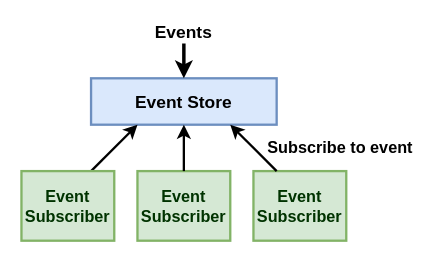
The draw.io diagram diagrams/draw_io/event_sourcing_small.drawio in wuyichen24/system-design-knowledge, before the edit. Source tidied: cells renumbered, new cells numbered last; positions are measured from the earlier drawing's top-left corner, leaving out a move shared by most shapes. Both pictures are drawn from the tidied source at 116%, with x=0, y=0 at pixel (21, 20).
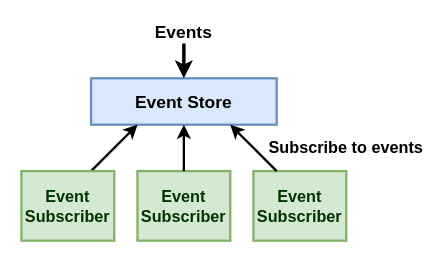
After the change.

Commit message (it also covers changes not shown here):
update event sourcing diagram

The edit, as a diff of the source:
```diff
@@
 <mxGraphModel>
   <root>
     <mxCell id="0" />
     <mxCell id="1" parent="0" />
     <mxCell id="2" value="&lt;font style=&quot;font-size: 15px&quot;&gt;&lt;b&gt;Event Store&lt;/b&gt;&lt;/font&gt;" style="rounded=0;whiteSpace=wrap;html=1;strokeWidth=2;fillColor=#dae8fc;strokeColor=#6c8ebf;" parent="1" vertex="1">
       <mxGeometry x="60" y="50" width="160" height="40" as="geometry" />
     </mxCell>
     <mxCell id="3" style="endArrow=classic;html=1;strokeWidth=3;entryX=0.5;entryY=0;entryDx=0;entryDy=0;" parent="1" edge="1" target="2">
       <mxGeometry relative="1" as="geometry">
         <mxPoint x="140" y="20" as="sourcePoint" />
       </mxGeometry>
     </mxCell>
     <mxCell id="4" value="&lt;font style=&quot;font-size: 15px&quot;&gt;&lt;b&gt;Events&lt;/b&gt;&lt;/font&gt;" style="text;html=1;strokeColor=none;fillColor=none;align=center;verticalAlign=middle;whiteSpace=wrap;rounded=0;" parent="1" vertex="1">
       <mxGeometry x="115" width="50" height="20" as="geometry" />
     </mxCell>
     <mxCell id="5" style="endArrow=classic;html=1;strokeWidth=2;exitX=0.75;exitY=0;exitDx=0;exitDy=0;entryX=0.25;entryY=1;entryDx=0;entryDy=0;" parent="1" edge="1" source="6" target="2">
       <mxGeometry relative="1" as="geometry" />
     </mxCell>
     <mxCell id="6" value="&lt;font style=&quot;font-size: 14px&quot;&gt;&lt;b&gt;&lt;font color=&quot;#003300&quot;&gt;Event&lt;br&gt;Subscriber&lt;/font&gt;&lt;br&gt;&lt;/b&gt;&lt;/font&gt;" style="rounded=0;whiteSpace=wrap;html=1;strokeWidth=2;fillColor=#d5e8d4;strokeColor=#82b366;" parent="1" vertex="1">
       <mxGeometry y="130" width="80" height="60" as="geometry" />
     </mxCell>
     <mxCell id="7" value="&lt;font style=&quot;font-size: 14px&quot;&gt;&lt;b&gt;&lt;font color=&quot;#003300&quot;&gt;Event&lt;br&gt;Subscriber&lt;/font&gt;&lt;br&gt;&lt;/b&gt;&lt;/font&gt;" style="rounded=0;whiteSpace=wrap;html=1;strokeWidth=2;fillColor=#d5e8d4;strokeColor=#82b366;" parent="1" vertex="1">
       <mxGeometry x="100" y="130" width="80" height="60" as="geometry" />
     </mxCell>
     <mxCell id="8" value="&lt;font style=&quot;font-size: 14px&quot;&gt;&lt;b&gt;&lt;font color=&quot;#003300&quot;&gt;Event&lt;br&gt;Subscriber&lt;/font&gt;&lt;br&gt;&lt;/b&gt;&lt;/font&gt;" style="rounded=0;whiteSpace=wrap;html=1;strokeWidth=2;fillColor=#d5e8d4;strokeColor=#82b366;" parent="1" vertex="1">
       <mxGeometry x="200" y="130" width="80" height="60" as="geometry" />
     </mxCell>
     <mxCell id="9" style="endArrow=classic;html=1;strokeWidth=2;exitX=0.5;exitY=0;exitDx=0;exitDy=0;entryX=0.5;entryY=1;entryDx=0;entryDy=0;" parent="1" edge="1" source="7" target="2">
       <mxGeometry relative="1" as="geometry" />
     </mxCell>
     <mxCell id="10" style="endArrow=classic;html=1;strokeWidth=2;exitX=0.25;exitY=0;exitDx=0;exitDy=0;entryX=0.75;entryY=1;entryDx=0;entryDy=0;" parent="1" edge="1" source="8" target="2">
       <mxGeometry relative="1" as="geometry" />
     </mxCell>
-    <mxCell id="11" value="&lt;b&gt;&lt;font style=&quot;font-size: 14px&quot;&gt;Subscribe to event&lt;/font&gt;&lt;/b&gt;" style="text;html=1;strokeColor=none;fillColor=none;align=center;verticalAlign=middle;whiteSpace=wrap;rounded=0;" parent="1" vertex="1">
-      <mxGeometry x="210" y="100" width="130" height="20" as="geometry" />
+    <mxCell id="11" value="&lt;b&gt;&lt;font style=&quot;font-size: 14px&quot;&gt;Subscribe to events&lt;/font&gt;&lt;/b&gt;" style="text;html=1;strokeColor=none;fillColor=none;align=center;verticalAlign=middle;whiteSpace=wrap;rounded=0;" parent="1" vertex="1">
+      <mxGeometry x="210" y="100" width="140" height="20" as="geometry" />
     </mxCell>
   </root>
 </mxGraphModel>
```
